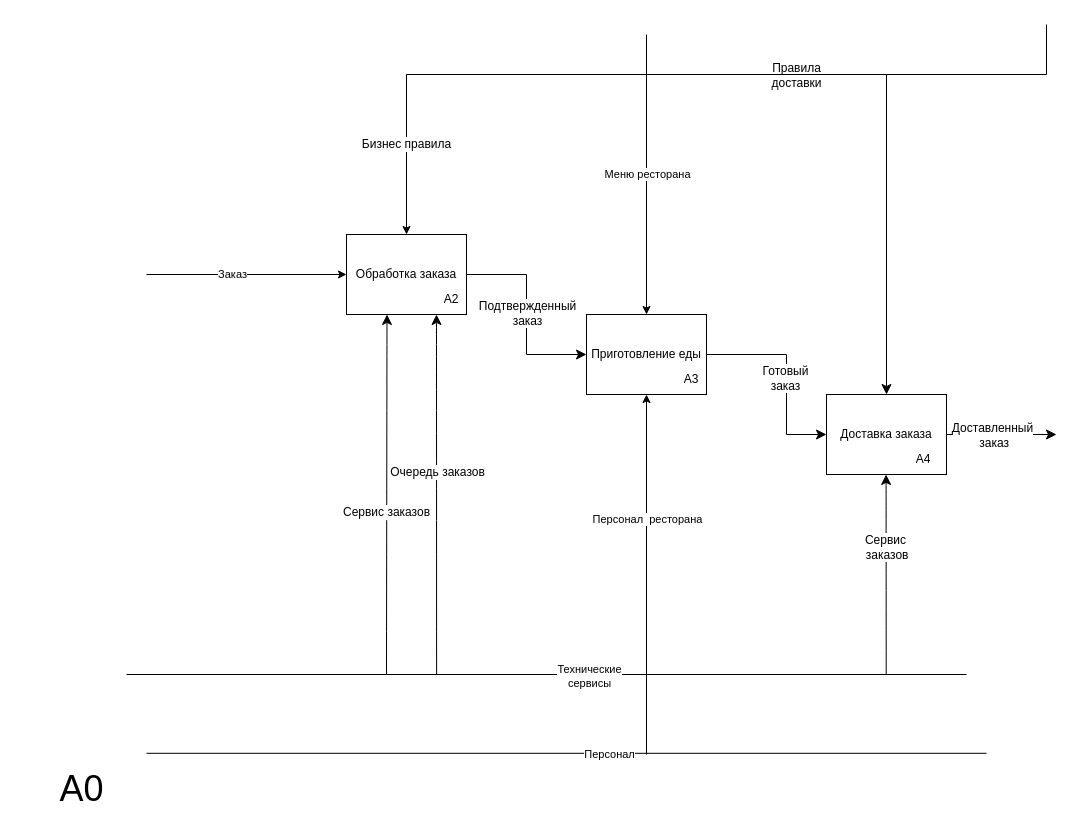
Earlier version of the draw.io diagram page "Диаграмма декомпозиции" (2 of 5) of Диаграмма доставка.drawio (LEOVBOX/idef0_mobile_app). Source tidied: cells renumbered, new cells numbered last; positions are measured from the earlier drawing's top-left corner, leaving out a move shared by most shapes. Both pictures are drawn from the tidied source at 100%, with x=0, y=0 at pixel (17, 24).
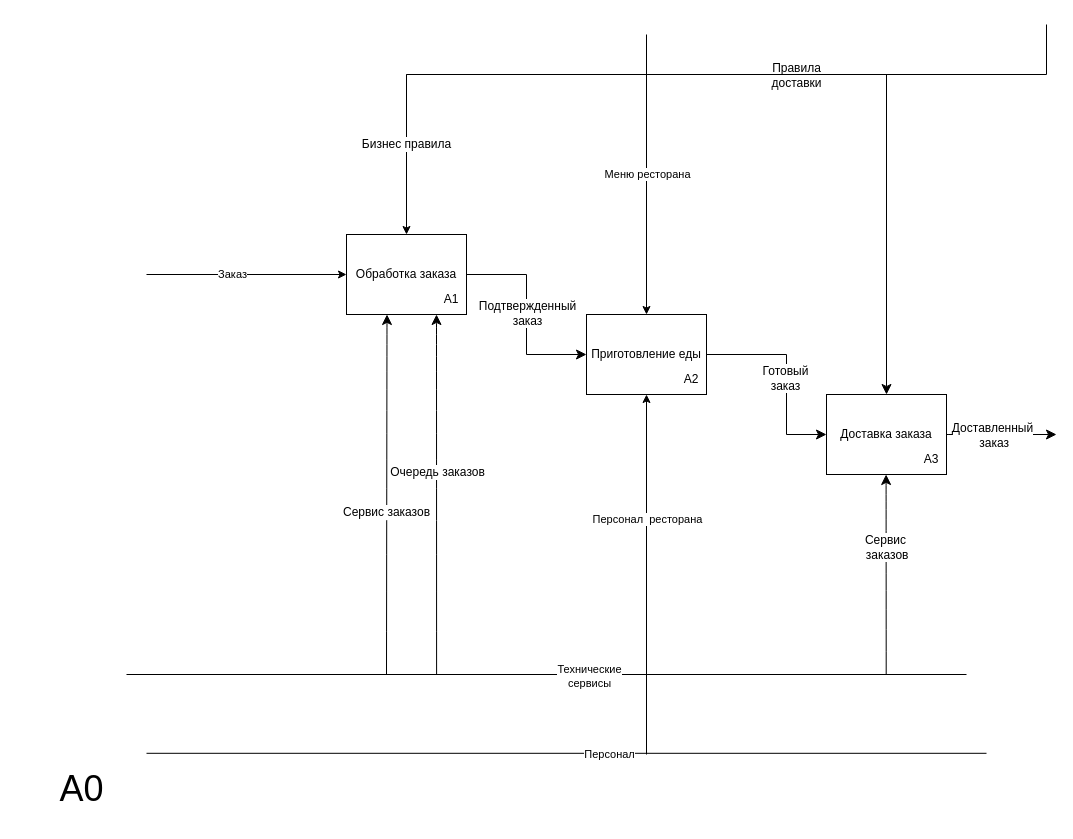
After the change.

The change refers to these unchanged cells:
```xml
<mxCell id="3" style="group;" parent="1" vertex="1">
  <mxGeometry x="329" y="210" width="120" height="80" as="geometry" />
</mxCell>
<mxCell id="16" style="group;" parent="11" vertex="1">
  <mxGeometry width="120" height="80" as="geometry" />
</mxCell>
<mxCell id="19" style="group;" parent="1" vertex="1">
  <mxGeometry x="809" y="370" width="120" height="80" as="geometry" />
</mxCell>
```

What changed in the source:
```diff
@@
-    <mxCell id="10" value="A2" style="text;html=1;whiteSpace=wrap;strokeColor=none;fillColor=none;align=center;verticalAlign=middle;rounded=0;" parent="3" vertex="1">
+    <mxCell id="10" value="A1" style="text;html=1;whiteSpace=wrap;strokeColor=none;fillColor=none;align=center;verticalAlign=middle;rounded=0;" parent="3" vertex="1">
       <mxGeometry x="90" y="50" width="30" height="30" as="geometry" />
     </mxCell>
@@
-    <mxCell id="18" value="A3" style="text;html=1;whiteSpace=wrap;strokeColor=none;fillColor=none;align=center;verticalAlign=middle;rounded=0;" parent="16" vertex="1">
+    <mxCell id="18" value="A2" style="text;html=1;whiteSpace=wrap;strokeColor=none;fillColor=none;align=center;verticalAlign=middle;rounded=0;" parent="16" vertex="1">
       <mxGeometry x="90" y="50" width="30" height="30" as="geometry" />
     </mxCell>
@@
-    <mxCell id="24" value="A4" style="text;html=1;whiteSpace=wrap;strokeColor=none;fillColor=none;align=center;verticalAlign=middle;rounded=0;" parent="19" vertex="1">
-      <mxGeometry x="83.1" y="50" width="27.7" height="30" as="geometry" />
+    <mxCell id="24" value="A3" style="text;html=1;whiteSpace=wrap;strokeColor=none;fillColor=none;align=center;verticalAlign=middle;rounded=0;" parent="19" vertex="1">
+      <mxGeometry x="91.1" y="50" width="27.7" height="30" as="geometry" />
     </mxCell>
```
